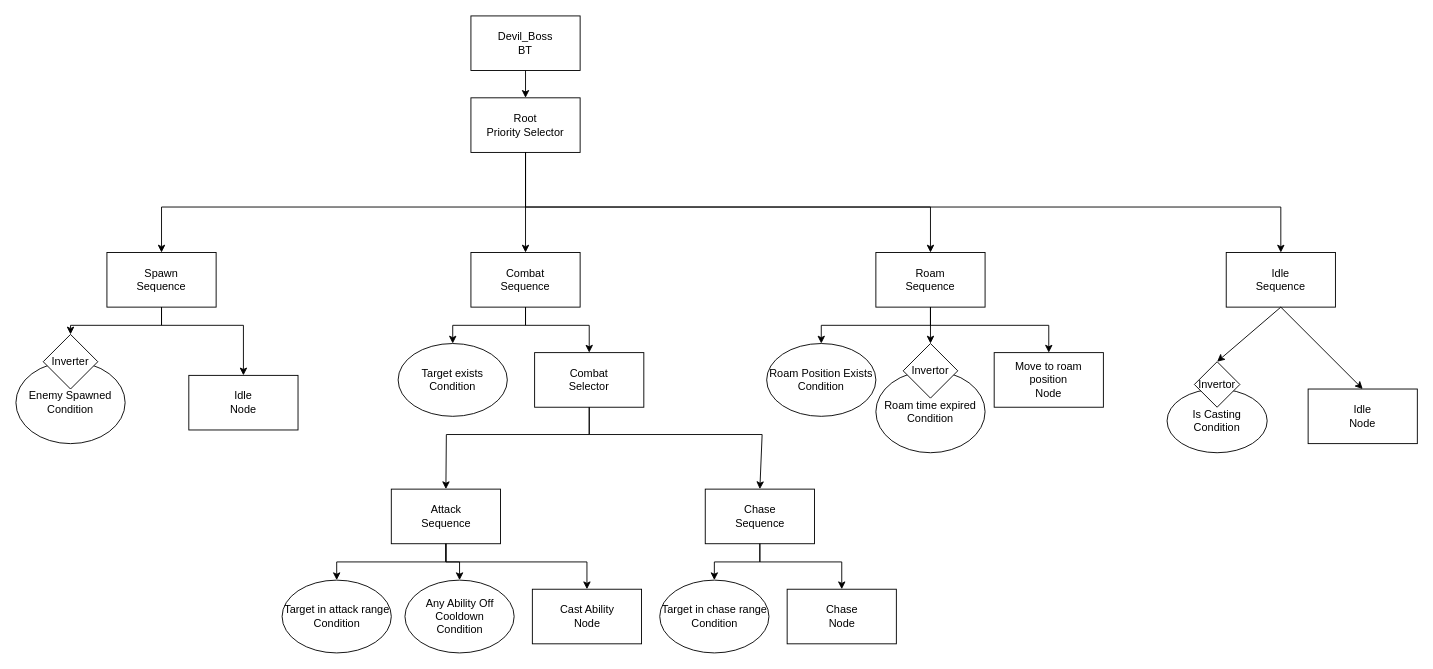
This is Assets/XML BTs/Devil_Boss_BT.drawio from Youregonex/Procedural-Chunk-Generation, a draw.io file, before an edit. Source tidied: cells renumbered, new cells numbered last; positions are measured from the earlier drawing's top-left corner, leaving out a move shared by most shapes. Both pictures are drawn from the tidied source at 91%, with x=0, y=0 at pixel (15, 15).
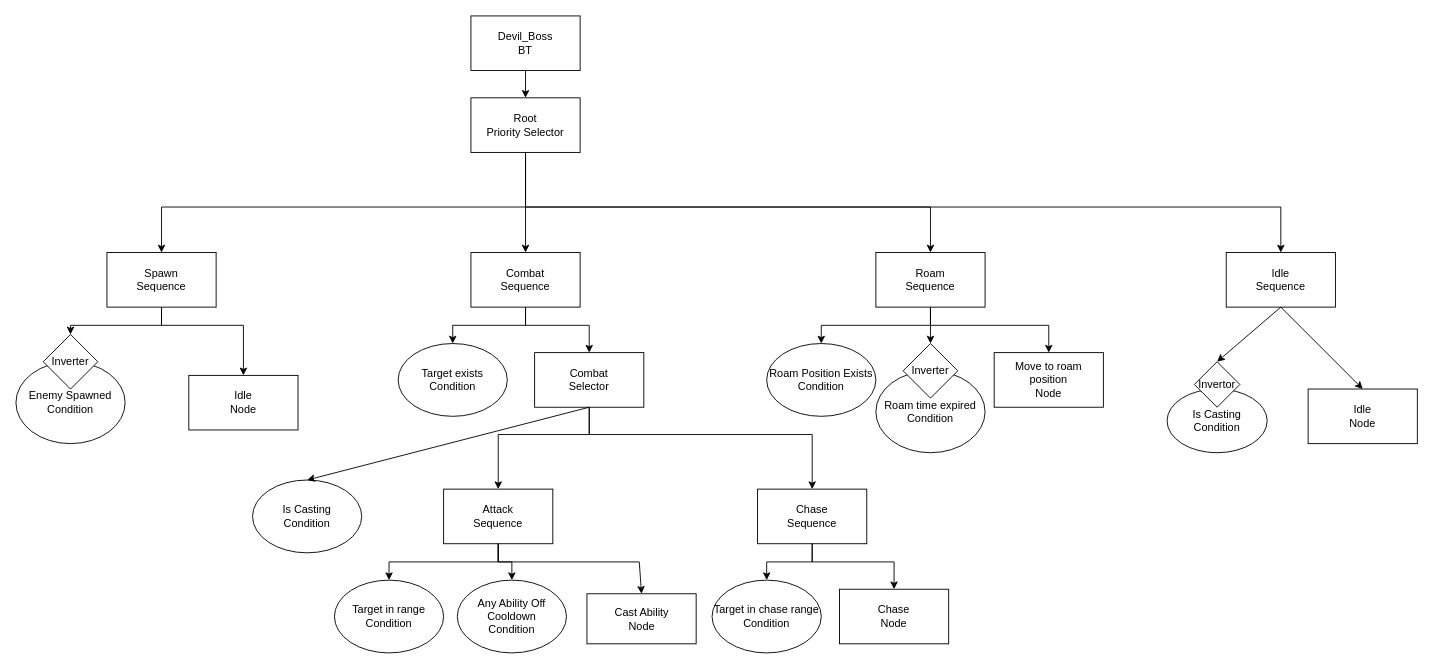
The same page after the edit.

The change refers to these unchanged cells:
```xml
<mxCell id="14" value="Combat&lt;div&gt;Selector&lt;/div&gt;" style="rounded=0;whiteSpace=wrap;html=1;" parent="1" vertex="1">
  <mxGeometry x="570" y="370" width="120" height="60" as="geometry" />
</mxCell>
```

The edit, as a diff of the source:
```diff
@@
-    <mxCell id="13" value="Invertor" style="rhombus;whiteSpace=wrap;html=1;" parent="1" vertex="1">
+    <mxCell id="13" value="Inverter" style="rhombus;whiteSpace=wrap;html=1;" parent="1" vertex="1">
       <mxGeometry x="975" y="360" width="60" height="60" as="geometry" />
     </mxCell>
@@
     <mxCell id="15" value="Attack&lt;div&gt;Sequence&lt;/div&gt;" style="rounded=0;whiteSpace=wrap;html=1;" parent="1" vertex="1">
-      <mxGeometry x="412.5" y="520" width="120" height="60" as="geometry" />
+      <mxGeometry x="470" y="520" width="120" height="60" as="geometry" />
     </mxCell>
-    <mxCell id="16" value="Target in attack range&lt;div&gt;Condition&lt;/div&gt;" style="ellipse;whiteSpace=wrap;html=1;" parent="1" vertex="1">
-      <mxGeometry x="292.5" y="620" width="120" height="80" as="geometry" />
+    <mxCell id="16" value="Target in range&lt;div&gt;Condition&lt;/div&gt;" style="ellipse;whiteSpace=wrap;html=1;" parent="1" vertex="1">
+      <mxGeometry x="350" y="620" width="120" height="80" as="geometry" />
     </mxCell>
     <mxCell id="17" style="endArrow=classic;html=1;rounded=0;entryX=0.5;entryY=0;entryDx=0;entryDy=0;exitX=0.5;exitY=1;exitDx=0;exitDy=0;" parent="1" edge="1" source="15" target="16">
       <mxGeometry relative="1" as="geometry">
         <Array as="points">
-          <mxPoint x="472.5" y="600" />
-          <mxPoint x="352.5" y="600" />
+          <mxPoint x="530" y="600" />
+          <mxPoint x="410" y="600" />
         </Array>
       </mxGeometry>
     </mxCell>
     <mxCell id="18" value="&lt;div&gt;Any Ability Off Cooldown&lt;/div&gt;&lt;div&gt;Condition&lt;/div&gt;" style="ellipse;whiteSpace=wrap;html=1;" parent="1" vertex="1">
-      <mxGeometry x="427.5" y="620" width="120" height="80" as="geometry" />
+      <mxGeometry x="485" y="620" width="120" height="80" as="geometry" />
     </mxCell>
     <mxCell id="19" style="endArrow=classic;html=1;rounded=0;entryX=0.5;entryY=0;entryDx=0;entryDy=0;" parent="1" edge="1" target="18">
       <mxGeometry relative="1" as="geometry">
-        <mxPoint x="472.5" y="580" as="sourcePoint" />
+        <mxPoint x="530" y="580" as="sourcePoint" />
         <Array as="points">
-          <mxPoint x="472.5" y="600" />
-          <mxPoint x="487.5" y="600" />
+          <mxPoint x="530" y="600" />
+          <mxPoint x="545" y="600" />
         </Array>
       </mxGeometry>
     </mxCell>
     <mxCell id="20" value="Cast Ability&lt;div&gt;Node&lt;/div&gt;" style="rounded=0;whiteSpace=wrap;html=1;" parent="1" vertex="1">
-      <mxGeometry x="567.5" y="630" width="120" height="60" as="geometry" />
+      <mxGeometry x="627.5" y="635" width="120" height="55" as="geometry" />
     </mxCell>
     <mxCell id="21" style="endArrow=classic;html=1;rounded=0;exitX=0.5;exitY=1;exitDx=0;exitDy=0;entryX=0.5;entryY=0;entryDx=0;entryDy=0;" parent="1" edge="1" source="15" target="20">
       <mxGeometry relative="1" as="geometry">
         <Array as="points">
-          <mxPoint x="472.5" y="600" />
-          <mxPoint x="627.5" y="600" />
+          <mxPoint x="530" y="600" />
+          <mxPoint x="685" y="600" />
         </Array>
       </mxGeometry>
     </mxCell>
     <mxCell id="22" value="Chase&lt;div&gt;Sequence&lt;/div&gt;" style="rounded=0;whiteSpace=wrap;html=1;" parent="1" vertex="1">
-      <mxGeometry x="757.5" y="520" width="120" height="60" as="geometry" />
+      <mxGeometry x="815" y="520" width="120" height="60" as="geometry" />
     </mxCell>
     <mxCell id="23" value="Target in chase range&lt;div&gt;Condition&lt;/div&gt;" style="ellipse;whiteSpace=wrap;html=1;" parent="1" vertex="1">
-      <mxGeometry x="707.5" y="620" width="120" height="80" as="geometry" />
+      <mxGeometry x="765" y="620" width="120" height="80" as="geometry" />
     </mxCell>
     <mxCell id="24" value="Chase&lt;div&gt;Node&lt;/div&gt;" style="rounded=0;whiteSpace=wrap;html=1;" parent="1" vertex="1">
-      <mxGeometry x="847.5" y="630" width="120" height="60" as="geometry" />
+      <mxGeometry x="905" y="630" width="120" height="60" as="geometry" />
     </mxCell>
     <mxCell id="25" style="endArrow=classic;html=1;rounded=0;exitX=0.5;exitY=1;exitDx=0;exitDy=0;entryX=0.5;entryY=0;entryDx=0;entryDy=0;" parent="1" edge="1" source="22" target="23">
       <mxGeometry relative="1" as="geometry">
         <Array as="points">
-          <mxPoint x="817.5" y="600" />
-          <mxPoint x="767.5" y="600" />
+          <mxPoint x="875" y="600" />
+          <mxPoint x="825" y="600" />
         </Array>
       </mxGeometry>
     </mxCell>
     <mxCell id="26" style="endArrow=classic;html=1;rounded=0;exitX=0.5;exitY=1;exitDx=0;exitDy=0;entryX=0.5;entryY=0;entryDx=0;entryDy=0;" parent="1" edge="1" source="22" target="24">
       <mxGeometry relative="1" as="geometry">
         <Array as="points">
-          <mxPoint x="817.5" y="600" />
-          <mxPoint x="907.5" y="600" />
+          <mxPoint x="875" y="600" />
+          <mxPoint x="965" y="600" />
         </Array>
       </mxGeometry>
     </mxCell>
@@
     <mxCell id="31" style="endArrow=classic;html=1;rounded=0;exitX=0.5;exitY=1;exitDx=0;exitDy=0;entryX=0.5;entryY=0;entryDx=0;entryDy=0;" parent="1" edge="1" source="14" target="15">
       <mxGeometry relative="1" as="geometry">
         <Array as="points">
           <mxPoint x="630" y="460" />
-          <mxPoint x="473" y="460" />
+          <mxPoint x="530" y="460" />
         </Array>
       </mxGeometry>
     </mxCell>
     <mxCell id="32" style="endArrow=classic;html=1;rounded=0;exitX=0.5;exitY=1;exitDx=0;exitDy=0;entryX=0.5;entryY=0;entryDx=0;entryDy=0;" parent="1" edge="1" source="14" target="22">
       <mxGeometry relative="1" as="geometry">
         <Array as="points">
           <mxPoint x="630" y="460" />
-          <mxPoint x="820" y="460" />
+          <mxPoint x="875" y="460" />
         </Array>
       </mxGeometry>
     </mxCell>
@@
+    <mxCell id="48" value="Is Casting&lt;div&gt;Condition&lt;/div&gt;" style="ellipse;whiteSpace=wrap;html=1;" parent="1" vertex="1">
+      <mxGeometry x="260" y="510" width="120" height="80" as="geometry" />
+    </mxCell>
+    <mxCell id="49" style="endArrow=classic;html=1;rounded=0;exitX=0.5;exitY=1;exitDx=0;exitDy=0;entryX=0.5;entryY=0;entryDx=0;entryDy=0;" parent="1" edge="1" source="14" target="48">
+      <mxGeometry relative="1" as="geometry" />
+    </mxCell>
```
